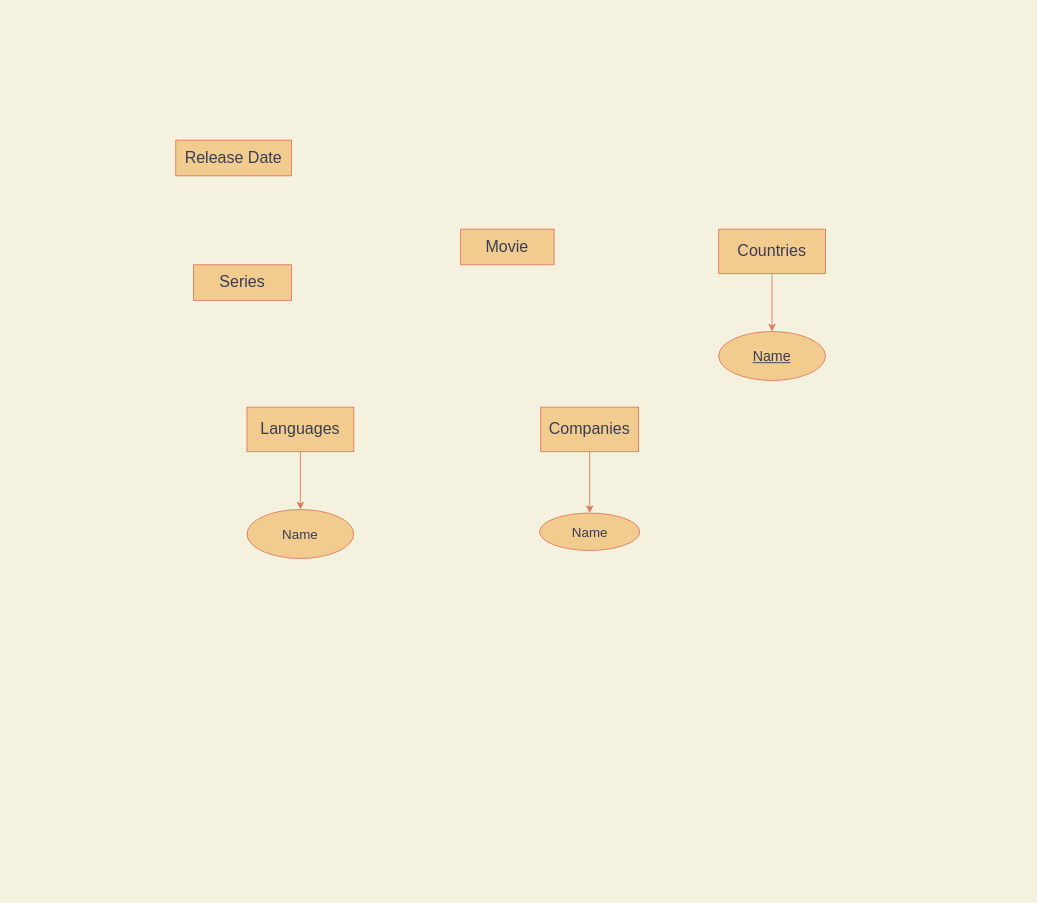
Before: Database Entity-relationship model.drawio in anniehuynh/Database-Entity-relationship-model, a draw.io diagram. Source tidied: cells renumbered, new cells numbered last; positions are measured from the earlier drawing's top-left corner, leaving out a move shared by most shapes. Both pictures are drawn from the tidied source at 89%, with x=0, y=0 at pixel (175, 140).
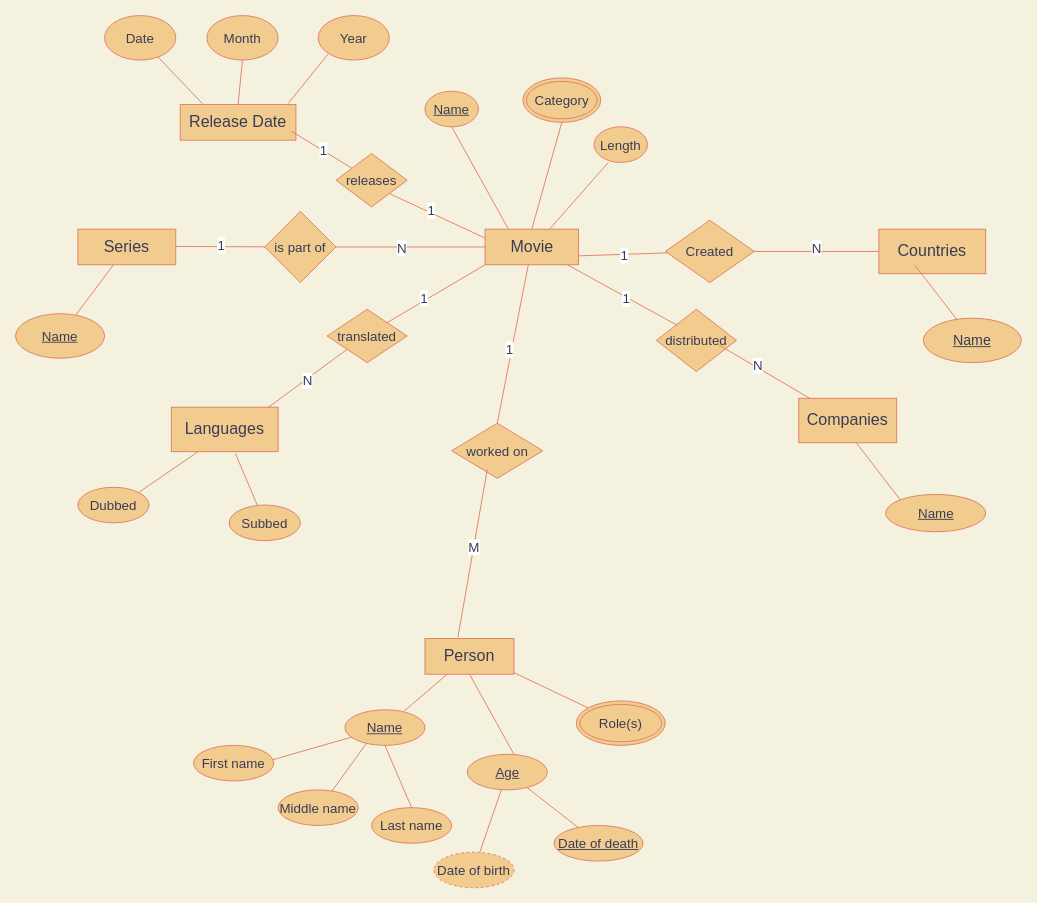
The same page after the edit.

What changed in the source:
```diff
@@
     <mxCell id="2" value="&lt;font style=&quot;font-size: 18px&quot;&gt;Movie&lt;/font&gt;" style="rounded=0;whiteSpace=wrap;html=1;fillColor=#F2CC8F;strokeColor=#E07A5F;fontColor=#393C56;" parent="1" vertex="1">
-      <mxGeometry x="320" y="100" width="105" height="40" as="geometry" />
+      <mxGeometry x="347.5" y="100" width="105" height="40" as="geometry" />
     </mxCell>
     <mxCell id="3" value="&lt;font style=&quot;font-size: 18px&quot;&gt;Release Date&lt;/font&gt;" style="rounded=0;whiteSpace=wrap;html=1;fillColor=#F2CC8F;strokeColor=#E07A5F;fontColor=#393C56;" parent="1" vertex="1">
-      <mxGeometry width="130" height="40" as="geometry" />
+      <mxGeometry x="5" y="-40" width="130" height="40" as="geometry" />
     </mxCell>
+    <mxCell id="14" style="edgeStyle=none;jettySize=auto;html=1;endArrow=none;fillColor=#a0522d;fontSize=15;fontColor=#393C56;strokeColor=#E07A5F;" parent="1" edge="1" source="4" target="15">
+      <mxGeometry relative="1" as="geometry" />
+    </mxCell>
     <mxCell id="4" value="&lt;font style=&quot;font-size: 18px&quot;&gt;Series&lt;/font&gt;" style="rounded=0;whiteSpace=wrap;html=1;fontSize=18;fillColor=#F2CC8F;strokeColor=#E07A5F;fontColor=#393C56;" parent="1" vertex="1">
-      <mxGeometry x="20" y="140" width="110" height="40" as="geometry" />
+      <mxGeometry x="-110" y="100" width="110" height="40" as="geometry" />
     </mxCell>
-    <mxCell id="5" style="edgeStyle=orthogonalEdgeStyle;curved=0;rounded=1;sketch=0;jettySize=auto;html=1;strokeColor=#E07A5F;fillColor=#F2CC8F;fontColor=#393C56;" parent="1" edge="1" source="6" target="13">
-      <mxGeometry relative="1" as="geometry" />
-    </mxCell>
     <mxCell id="6" value="&lt;font style=&quot;font-size: 18px&quot;&gt;Languages&lt;/font&gt;" style="rounded=0;whiteSpace=wrap;html=1;fillColor=#F2CC8F;strokeColor=#E07A5F;fontColor=#393C56;" parent="1" vertex="1">
-      <mxGeometry x="80" y="300" width="120" height="50" as="geometry" />
+      <mxGeometry x="-5" y="300" width="120" height="50" as="geometry" />
     </mxCell>
-    <mxCell id="7" style="edgeStyle=orthogonalEdgeStyle;curved=0;rounded=1;sketch=0;jettySize=auto;html=1;strokeColor=#E07A5F;fillColor=#F2CC8F;fontColor=#393C56;" parent="1" edge="1" source="8" target="12">
-      <mxGeometry relative="1" as="geometry" />
-    </mxCell>
     <mxCell id="8" value="&lt;font style=&quot;font-size: 18px&quot;&gt;Companies&lt;/font&gt;" style="rounded=0;whiteSpace=wrap;html=1;sketch=0;strokeColor=#E07A5F;fillColor=#F2CC8F;fontColor=#393C56;" parent="1" vertex="1">
-      <mxGeometry x="410" y="300" width="110" height="50" as="geometry" />
+      <mxGeometry x="700" y="290" width="110" height="50" as="geometry" />
     </mxCell>
-    <mxCell id="9" style="edgeStyle=orthogonalEdgeStyle;curved=0;rounded=1;sketch=0;jettySize=auto;html=1;strokeColor=#E07A5F;fillColor=#F2CC8F;fontColor=#393C56;" parent="1" edge="1" source="10" target="11">
-      <mxGeometry relative="1" as="geometry" />
-    </mxCell>
     <mxCell id="10" value="&lt;font style=&quot;font-size: 18px&quot;&gt;Countries&lt;/font&gt;" style="rounded=0;whiteSpace=wrap;html=1;sketch=0;strokeColor=#E07A5F;fillColor=#F2CC8F;fontColor=#393C56;" parent="1" vertex="1">
-      <mxGeometry x="610" y="100" width="120" height="50" as="geometry" />
+      <mxGeometry x="790" y="100" width="120" height="50" as="geometry" />
     </mxCell>
     <mxCell id="11" value="&lt;u&gt;&lt;font style=&quot;font-size: 16px&quot;&gt;Name&lt;/font&gt;&lt;/u&gt;" style="ellipse;whiteSpace=wrap;html=1;rounded=0;fontColor=#393C56;strokeColor=#E07A5F;fillColor=#F2CC8F;sketch=0;" parent="1" vertex="1">
-      <mxGeometry x="610" y="215" width="120" height="55" as="geometry" />
+      <mxGeometry x="840" y="200" width="110" height="50" as="geometry" />
     </mxCell>
-    <mxCell id="12" value="&lt;font style=&quot;font-size: 15px&quot;&gt;Name&lt;/font&gt;" style="ellipse;whiteSpace=wrap;html=1;rounded=0;fontColor=#393C56;strokeColor=#E07A5F;fillColor=#F2CC8F;sketch=0;" parent="1" vertex="1">
-      <mxGeometry x="408.8" y="419" width="112.5" height="42" as="geometry" />
+    <mxCell id="12" value="&lt;font style=&quot;font-size: 15px&quot;&gt;&lt;u&gt;Name&lt;/u&gt;&lt;/font&gt;" style="ellipse;whiteSpace=wrap;html=1;rounded=0;fontColor=#393C56;strokeColor=#E07A5F;fillColor=#F2CC8F;sketch=0;" parent="1" vertex="1">
+      <mxGeometry x="797.5" y="398" width="112.5" height="42" as="geometry" />
     </mxCell>
-    <mxCell id="13" value="Name" style="ellipse;whiteSpace=wrap;html=1;rounded=0;fontColor=#393C56;strokeColor=#E07A5F;fillColor=#F2CC8F;fontSize=15;" parent="1" vertex="1">
-      <mxGeometry x="80" y="415" width="120" height="55" as="geometry" />
+    <mxCell id="13" value="Dubbed" style="ellipse;whiteSpace=wrap;html=1;rounded=0;fontColor=#393C56;strokeColor=#E07A5F;fillColor=#F2CC8F;fontSize=15;" parent="1" vertex="1">
+      <mxGeometry x="-110" y="390" width="80" height="40" as="geometry" />
     </mxCell>
+    <mxCell id="15" value="&lt;font style=&quot;font-size: 15px&quot;&gt;&lt;u&gt;Name&lt;/u&gt;&lt;/font&gt;" style="ellipse;whiteSpace=wrap;html=1;rounded=0;fontSize=18;fontColor=#393C56;strokeColor=#E07A5F;fillColor=#F2CC8F;" parent="1" vertex="1">
+      <mxGeometry x="-180" y="195" width="100" height="50" as="geometry" />
+    </mxCell>
+    <mxCell id="16" value="Date" style="ellipse;whiteSpace=wrap;html=1;rounded=0;sketch=0;strokeColor=#E07A5F;fillColor=#F2CC8F;fontSize=15;fontColor=#393C56;" parent="1" vertex="1">
+      <mxGeometry x="-80" y="-140" width="80" height="50" as="geometry" />
+    </mxCell>
+    <mxCell id="17" value="Month" style="ellipse;whiteSpace=wrap;html=1;rounded=0;sketch=0;strokeColor=#E07A5F;fillColor=#F2CC8F;fontSize=15;fontColor=#393C56;" parent="1" vertex="1">
+      <mxGeometry x="35" y="-140" width="80" height="50" as="geometry" />
+    </mxCell>
+    <mxCell id="18" value="Year" style="ellipse;whiteSpace=wrap;html=1;rounded=0;sketch=0;strokeColor=#E07A5F;fillColor=#F2CC8F;fontSize=15;fontColor=#393C56;" parent="1" vertex="1">
+      <mxGeometry x="160" y="-140" width="80" height="50" as="geometry" />
+    </mxCell>
+    <mxCell id="19" style="endArrow=none;html=1;strokeColor=#E07A5F;fillColor=#a0522d;fontSize=15;fontColor=#393C56;exitX=0.192;exitY=-0.025;exitDx=0;exitDy=0;exitPerimeter=0;" parent="1" edge="1" source="3" target="16">
+      <mxGeometry relative="1" as="geometry" />
+    </mxCell>
+    <mxCell id="20" style="endArrow=none;html=1;strokeColor=#E07A5F;fillColor=#a0522d;fontSize=15;fontColor=#393C56;exitX=0.5;exitY=0;exitDx=0;exitDy=0;entryX=0.5;entryY=1;entryDx=0;entryDy=0;" parent="1" edge="1" source="3" target="17">
+      <mxGeometry relative="1" as="geometry" />
+    </mxCell>
+    <mxCell id="21" style="endArrow=none;html=1;strokeColor=#E07A5F;fillColor=#a0522d;fontSize=15;fontColor=#393C56;entryX=0;entryY=1;entryDx=0;entryDy=0;exitX=0.931;exitY=-0.025;exitDx=0;exitDy=0;exitPerimeter=0;" parent="1" edge="1" source="3" target="18">
+      <mxGeometry relative="1" as="geometry" />
+    </mxCell>
+    <mxCell id="22" value="&lt;u&gt;Name&lt;/u&gt;" style="ellipse;whiteSpace=wrap;html=1;rounded=0;sketch=0;strokeColor=#E07A5F;fillColor=#F2CC8F;fontSize=15;fontColor=#393C56;" parent="1" vertex="1">
+      <mxGeometry x="280" y="-55" width="60" height="40" as="geometry" />
+    </mxCell>
+    <mxCell id="23" value="Length" style="ellipse;whiteSpace=wrap;html=1;rounded=0;sketch=0;strokeColor=#E07A5F;fillColor=#F2CC8F;fontSize=15;fontColor=#393C56;" parent="1" vertex="1">
+      <mxGeometry x="470" y="-15" width="60" height="40" as="geometry" />
+    </mxCell>
+    <mxCell id="24" style="endArrow=none;html=1;strokeColor=#E07A5F;fillColor=#a0522d;fontSize=15;fontColor=#393C56;entryX=0.267;entryY=1;entryDx=0;entryDy=0;entryPerimeter=0;" parent="1" edge="1" target="23">
+      <mxGeometry relative="1" as="geometry">
+        <mxPoint x="420" y="100" as="sourcePoint" />
+      </mxGeometry>
+    </mxCell>
+    <mxCell id="25" style="endArrow=none;html=1;strokeColor=#E07A5F;fillColor=#a0522d;fontSize=15;fontColor=#393C56;exitX=0.5;exitY=0;exitDx=0;exitDy=0;entryX=0.5;entryY=1;entryDx=0;entryDy=0;" parent="1" edge="1" source="2" target="46">
+      <mxGeometry relative="1" as="geometry" />
+    </mxCell>
+    <mxCell id="26" style="endArrow=none;html=1;strokeColor=#E07A5F;fillColor=#a0522d;fontSize=15;fontColor=#393C56;exitX=0.5;exitY=1;exitDx=0;exitDy=0;entryX=0.25;entryY=0;entryDx=0;entryDy=0;" parent="1" edge="1" source="22" target="2">
+      <mxGeometry relative="1" as="geometry" />
+    </mxCell>
+    <mxCell id="27" style="endArrow=none;html=1;strokeColor=#E07A5F;fillColor=#a0522d;fontSize=15;fontColor=#393C56;exitX=1;exitY=0;exitDx=0;exitDy=0;entryX=0.25;entryY=1;entryDx=0;entryDy=0;" parent="1" edge="1" source="13" target="6">
+      <mxGeometry relative="1" as="geometry" />
+    </mxCell>
+    <mxCell id="7" style="endArrow=none;html=1;strokeColor=#E07A5F;fillColor=#a0522d;fontSize=15;fontColor=#393C56;entryX=0;entryY=0;entryDx=0;entryDy=0;exitX=0.582;exitY=0.984;exitDx=0;exitDy=0;exitPerimeter=0;" parent="1" edge="1" source="8" target="12">
+      <mxGeometry relative="1" as="geometry" />
+    </mxCell>
+    <mxCell id="28" style="endArrow=none;html=1;strokeColor=#E07A5F;fillColor=#a0522d;fontSize=15;fontColor=#393C56;exitX=0.347;exitY=0.042;exitDx=0;exitDy=0;exitPerimeter=0;" parent="1" edge="1" source="11">
+      <mxGeometry relative="1" as="geometry">
+        <mxPoint x="830" y="140" as="targetPoint" />
+      </mxGeometry>
+    </mxCell>
+    <mxCell id="29" value="&lt;font style=&quot;font-size: 18px&quot;&gt;Person&lt;/font&gt;" style="rounded=0;whiteSpace=wrap;html=1;sketch=0;strokeColor=#E07A5F;fillColor=#F2CC8F;fontSize=15;fontColor=#393C56;" parent="1" vertex="1">
+      <mxGeometry x="280" y="560" width="100" height="40" as="geometry" />
+    </mxCell>
+    <mxCell id="30" style="endArrow=none;html=1;strokeColor=#E07A5F;fillColor=#a0522d;fontSize=15;fontColor=#393C56;entryX=0.25;entryY=1;entryDx=0;entryDy=0;exitX=0.733;exitY=0.05;exitDx=0;exitDy=0;exitPerimeter=0;" parent="1" edge="1" source="31" target="29">
+      <mxGeometry relative="1" as="geometry" />
+    </mxCell>
+    <mxCell id="31" value="&lt;u&gt;Name&lt;/u&gt;" style="ellipse;whiteSpace=wrap;html=1;rounded=0;sketch=0;strokeColor=#E07A5F;fillColor=#F2CC8F;fontSize=15;fontColor=#393C56;" parent="1" vertex="1">
+      <mxGeometry x="190" y="640" width="90" height="40" as="geometry" />
+    </mxCell>
+    <mxCell id="32" style="endArrow=none;html=1;strokeColor=#E07A5F;fillColor=#a0522d;fontSize=15;fontColor=#393C56;entryX=0.5;entryY=1;entryDx=0;entryDy=0;exitX=0.589;exitY=0.025;exitDx=0;exitDy=0;exitPerimeter=0;" parent="1" edge="1" source="33" target="29">
+      <mxGeometry relative="1" as="geometry" />
+    </mxCell>
+    <mxCell id="33" value="&lt;u&gt;Age&lt;/u&gt;" style="ellipse;whiteSpace=wrap;html=1;rounded=0;sketch=0;strokeColor=#E07A5F;fillColor=#F2CC8F;fontSize=15;fontColor=#393C56;" parent="1" vertex="1">
+      <mxGeometry x="327.5" y="690" width="90" height="40" as="geometry" />
+    </mxCell>
+    <mxCell id="34" style="endArrow=none;html=1;strokeColor=#E07A5F;fillColor=#a0522d;fontSize=15;fontColor=#393C56;entryX=0.25;entryY=1;entryDx=0;entryDy=0;" parent="1" edge="1" source="41">
+      <mxGeometry relative="1" as="geometry">
+        <mxPoint x="380" y="598.3" as="targetPoint" />
+      </mxGeometry>
+    </mxCell>
+    <mxCell id="35" style="edgeStyle=none;jettySize=auto;html=1;endArrow=none;strokeColor=#E07A5F;fillColor=#a0522d;fontSize=15;fontColor=#393C56;" parent="1" edge="1" source="36" target="33">
+      <mxGeometry relative="1" as="geometry" />
+    </mxCell>
+    <mxCell id="36" value="Date of birth" style="ellipse;whiteSpace=wrap;html=1;rounded=0;sketch=0;strokeColor=#E07A5F;fillColor=#F2CC8F;fontSize=15;fontColor=#393C56;dashed=1;" parent="1" vertex="1">
+      <mxGeometry x="290" y="800" width="90" height="40" as="geometry" />
+    </mxCell>
+    <mxCell id="37" style="endArrow=none;html=1;strokeColor=#E07A5F;fillColor=#a0522d;fontSize=15;fontColor=#393C56;" parent="1" edge="1" source="38" target="33">
+      <mxGeometry relative="1" as="geometry" />
+    </mxCell>
+    <mxCell id="38" value="&lt;u&gt;Date of death&lt;/u&gt;" style="ellipse;whiteSpace=wrap;html=1;rounded=0;sketch=0;strokeColor=#E07A5F;fillColor=#F2CC8F;fontSize=15;fontColor=#393C56;" parent="1" vertex="1">
+      <mxGeometry x="425" y="770" width="100" height="40" as="geometry" />
+    </mxCell>
+    <mxCell id="39" style="endArrow=none;html=1;strokeColor=#E07A5F;fillColor=#a0522d;fontSize=15;fontColor=#393C56;" parent="1" edge="1" target="31">
+      <mxGeometry relative="1" as="geometry">
+        <mxPoint x="99" y="699" as="sourcePoint" />
+      </mxGeometry>
+    </mxCell>
+    <mxCell id="40" value="First name" style="ellipse;whiteSpace=wrap;html=1;rounded=0;sketch=0;strokeColor=#E07A5F;fillColor=#F2CC8F;fontSize=15;fontColor=#393C56;" parent="1" vertex="1">
+      <mxGeometry x="20" y="680" width="90" height="40" as="geometry" />
+    </mxCell>
+    <mxCell id="41" value="Role(s)" style="ellipse;shape=doubleEllipse;whiteSpace=wrap;html=1;rounded=0;sketch=0;strokeColor=#E07A5F;fillColor=#F2CC8F;fontSize=15;fontColor=#393C56;" parent="1" vertex="1">
+      <mxGeometry x="450" y="630" width="100" height="50" as="geometry" />
+    </mxCell>
+    <mxCell id="42" style="endArrow=none;html=1;strokeColor=#E07A5F;fillColor=#a0522d;fontSize=15;fontColor=#393C56;exitX=0.667;exitY=0.05;exitDx=0;exitDy=0;exitPerimeter=0;entryX=0.267;entryY=0.95;entryDx=0;entryDy=0;entryPerimeter=0;" parent="1" edge="1" source="43" target="31">
+      <mxGeometry relative="1" as="geometry" />
+    </mxCell>
+    <mxCell id="43" value="Middle name" style="ellipse;whiteSpace=wrap;html=1;rounded=0;sketch=0;strokeColor=#E07A5F;fillColor=#F2CC8F;fontSize=15;fontColor=#393C56;" parent="1" vertex="1">
+      <mxGeometry x="115" y="730" width="90" height="40" as="geometry" />
+    </mxCell>
+    <mxCell id="44" style="endArrow=none;html=1;strokeColor=#E07A5F;fillColor=#a0522d;fontSize=15;fontColor=#393C56;entryX=0.5;entryY=1;entryDx=0;entryDy=0;exitX=0.5;exitY=0;exitDx=0;exitDy=0;" parent="1" edge="1" source="45" target="31">
+      <mxGeometry relative="1" as="geometry" />
+    </mxCell>
+    <mxCell id="45" value="Last name" style="ellipse;whiteSpace=wrap;html=1;rounded=0;sketch=0;strokeColor=#E07A5F;fillColor=#F2CC8F;fontSize=15;fontColor=#393C56;" parent="1" vertex="1">
+      <mxGeometry x="220" y="750" width="90" height="40" as="geometry" />
+    </mxCell>
+    <mxCell id="46" value="&lt;span&gt;Category&lt;/span&gt;" style="ellipse;shape=doubleEllipse;whiteSpace=wrap;html=1;rounded=0;sketch=0;strokeColor=#E07A5F;fillColor=#F2CC8F;fontSize=15;fontColor=#393C56;" parent="1" vertex="1">
+      <mxGeometry x="390" y="-70" width="87.5" height="50" as="geometry" />
+    </mxCell>
+    <mxCell id="47" value="Subbed" style="ellipse;whiteSpace=wrap;html=1;rounded=0;fontColor=#393C56;strokeColor=#E07A5F;fillColor=#F2CC8F;fontSize=15;" parent="1" vertex="1">
+      <mxGeometry x="60" y="410" width="80" height="40" as="geometry" />
+    </mxCell>
+    <mxCell id="48" style="endArrow=none;html=1;strokeColor=#E07A5F;fillColor=#a0522d;fontSize=15;fontColor=#393C56;entryX=0.6;entryY=1.04;entryDx=0;entryDy=0;entryPerimeter=0;" parent="1" edge="1" source="47" target="6">
+      <mxGeometry relative="1" as="geometry" />
+    </mxCell>
+    <mxCell id="49" value="Created" style="rhombus;whiteSpace=wrap;html=1;rounded=0;sketch=0;strokeColor=#E07A5F;fillColor=#F2CC8F;fontSize=15;fontColor=#393C56;" parent="1" vertex="1">
+      <mxGeometry x="550" y="90" width="100" height="70" as="geometry" />
+    </mxCell>
+    <mxCell id="50" style="endArrow=none;html=1;strokeColor=#E07A5F;fillColor=#a0522d;fontSize=15;fontColor=#393C56;exitX=1;exitY=0.75;exitDx=0;exitDy=0;" parent="1" edge="1" source="2" target="49">
+      <mxGeometry relative="1" as="geometry" />
+    </mxCell>
+    <mxCell id="51" value="1" style="edgeLabel;html=1;align=center;verticalAlign=middle;fontSize=15;fontColor=#393C56;" parent="50" vertex="1">
+      <mxGeometry x="0.02" relative="1" as="geometry" />
+    </mxCell>
+    <mxCell id="52" style="endArrow=none;html=1;strokeColor=#E07A5F;fillColor=#a0522d;fontSize=15;fontColor=#393C56;exitX=1;exitY=0.5;exitDx=0;exitDy=0;" parent="1" edge="1" source="49" target="10">
+      <mxGeometry relative="1" as="geometry" />
+    </mxCell>
+    <mxCell id="53" value="N" style="edgeLabel;html=1;align=center;verticalAlign=middle;fontSize=15;fontColor=#393C56;" parent="52" vertex="1">
+      <mxGeometry x="-0.02" y="5" relative="1" as="geometry" />
+    </mxCell>
+    <mxCell id="54" value="translated" style="rhombus;whiteSpace=wrap;html=1;rounded=0;sketch=0;strokeColor=#E07A5F;fillColor=#F2CC8F;fontSize=15;fontColor=#393C56;" parent="1" vertex="1">
+      <mxGeometry x="170" y="190" width="90" height="60" as="geometry" />
+    </mxCell>
+    <mxCell id="55" style="endArrow=none;html=1;strokeColor=#E07A5F;fillColor=#a0522d;fontSize=15;fontColor=#393C56;entryX=0;entryY=1;entryDx=0;entryDy=0;exitX=0.899;exitY=0.019;exitDx=0;exitDy=0;exitPerimeter=0;" parent="1" edge="1" source="6" target="54">
+      <mxGeometry relative="1" as="geometry" />
+    </mxCell>
+    <mxCell id="56" value="N" style="edgeLabel;html=1;align=center;verticalAlign=middle;fontSize=15;fontColor=#393C56;" parent="55" vertex="1">
+      <mxGeometry x="-0.01" y="-1" relative="1" as="geometry" />
+    </mxCell>
+    <mxCell id="57" style="endArrow=none;html=1;strokeColor=#E07A5F;fillColor=#a0522d;fontSize=15;fontColor=#393C56;exitX=1;exitY=0;exitDx=0;exitDy=0;entryX=0;entryY=1;entryDx=0;entryDy=0;" parent="1" edge="1" source="54" target="2">
+      <mxGeometry relative="1" as="geometry" />
+    </mxCell>
+    <mxCell id="58" value="1" style="edgeLabel;html=1;align=center;verticalAlign=middle;fontSize=15;fontColor=#393C56;" parent="57" vertex="1">
+      <mxGeometry x="-0.22" y="4" relative="1" as="geometry" />
+    </mxCell>
+    <mxCell id="59" value="is part of" style="rhombus;whiteSpace=wrap;html=1;rounded=0;sketch=0;strokeColor=#E07A5F;fillColor=#F2CC8F;fontSize=15;fontColor=#393C56;" parent="1" vertex="1">
+      <mxGeometry x="100" y="80" width="80" height="80" as="geometry" />
+    </mxCell>
+    <mxCell id="60" style="endArrow=none;html=1;strokeColor=#E07A5F;fillColor=#a0522d;fontSize=15;fontColor=#393C56;" parent="1" edge="1" target="59">
+      <mxGeometry relative="1" as="geometry">
+        <mxPoint y="119.4" as="sourcePoint" />
+      </mxGeometry>
+    </mxCell>
+    <mxCell id="61" value="1" style="edgeLabel;html=1;align=center;verticalAlign=middle;fontSize=15;fontColor=#393C56;" parent="60" vertex="1">
+      <mxGeometry x="-0.03" y="2" relative="1" as="geometry">
+        <mxPoint x="1" as="offset" />
+      </mxGeometry>
+    </mxCell>
+    <mxCell id="62" style="endArrow=none;html=1;strokeColor=#E07A5F;fillColor=#a0522d;fontSize=15;fontColor=#393C56;entryX=0;entryY=0.5;entryDx=0;entryDy=0;exitX=1;exitY=0.5;exitDx=0;exitDy=0;" parent="1" edge="1" source="59" target="2">
+      <mxGeometry relative="1" as="geometry" />
+    </mxCell>
+    <mxCell id="63" value="N" style="edgeLabel;html=1;align=center;verticalAlign=middle;fontSize=15;fontColor=#393C56;" parent="62" vertex="1">
+      <mxGeometry x="-0.14" relative="1" as="geometry">
+        <mxPoint x="1" as="offset" />
+      </mxGeometry>
+    </mxCell>
+    <mxCell id="64" value="releases" style="rhombus;whiteSpace=wrap;html=1;rounded=0;sketch=0;strokeColor=#E07A5F;fillColor=#F2CC8F;fontSize=15;fontColor=#393C56;" parent="1" vertex="1">
+      <mxGeometry x="180" y="15" width="80" height="60" as="geometry" />
+    </mxCell>
+    <mxCell id="65" style="endArrow=none;html=1;strokeColor=#E07A5F;fillColor=#a0522d;fontSize=15;fontColor=#393C56;entryX=1;entryY=1;entryDx=0;entryDy=0;exitX=0;exitY=0.25;exitDx=0;exitDy=0;" parent="1" edge="1" source="2" target="64">
+      <mxGeometry relative="1" as="geometry" />
+    </mxCell>
+    <mxCell id="66" value="1" style="edgeLabel;html=1;align=center;verticalAlign=middle;fontSize=15;fontColor=#393C56;" parent="65" vertex="1">
+      <mxGeometry x="0.17" y="-3" relative="1" as="geometry" />
+    </mxCell>
+    <mxCell id="67" style="endArrow=none;html=1;strokeColor=#E07A5F;fillColor=#a0522d;fontSize=15;fontColor=#393C56;" parent="1" edge="1" source="64">
+      <mxGeometry relative="1" as="geometry">
+        <mxPoint x="130" y="-10" as="targetPoint" />
+      </mxGeometry>
+    </mxCell>
+    <mxCell id="68" value="1" style="edgeLabel;html=1;align=center;verticalAlign=middle;fontSize=15;fontColor=#393C56;" parent="67" vertex="1">
+      <mxGeometry x="-0.02" y="-1" relative="1" as="geometry" />
+    </mxCell>
+    <mxCell id="69" value="distributed" style="rhombus;whiteSpace=wrap;html=1;rounded=0;sketch=0;strokeColor=#E07A5F;fillColor=#F2CC8F;fontSize=15;fontColor=#393C56;" parent="1" vertex="1">
+      <mxGeometry x="540" y="190" width="90" height="70" as="geometry" />
+    </mxCell>
+    <mxCell id="70" style="endArrow=none;html=1;strokeColor=#E07A5F;fillColor=#a0522d;fontSize=15;fontColor=#393C56;exitX=0;exitY=0;exitDx=0;exitDy=0;" parent="1" edge="1" source="69">
+      <mxGeometry relative="1" as="geometry">
+        <mxPoint x="440" y="140" as="targetPoint" />
+      </mxGeometry>
+    </mxCell>
+    <mxCell id="71" value="1" style="edgeLabel;html=1;align=center;verticalAlign=middle;fontSize=15;fontColor=#393C56;" parent="70" vertex="1">
+      <mxGeometry x="-0.08" y="1" relative="1" as="geometry" />
+    </mxCell>
+    <mxCell id="72" style="endArrow=none;html=1;strokeColor=#E07A5F;fillColor=#a0522d;fontSize=15;fontColor=#393C56;" parent="1" edge="1" target="8">
+      <mxGeometry relative="1" as="geometry">
+        <mxPoint x="610" y="230" as="sourcePoint" />
+      </mxGeometry>
+    </mxCell>
+    <mxCell id="73" value="N" style="edgeLabel;html=1;align=center;verticalAlign=middle;fontSize=15;fontColor=#393C56;" parent="72" vertex="1">
+      <mxGeometry x="-0.18" y="3" relative="1" as="geometry" />
+    </mxCell>
+    <mxCell id="74" value="worked on" style="rhombus;whiteSpace=wrap;html=1;rounded=0;sketch=0;strokeColor=#E07A5F;fillColor=#F2CC8F;fontSize=15;fontColor=#393C56;" parent="1" vertex="1">
+      <mxGeometry x="310" y="318" width="102.5" height="62" as="geometry" />
+    </mxCell>
+    <mxCell id="75" style="endArrow=none;html=1;strokeColor=#E07A5F;fillColor=#a0522d;fontSize=15;fontColor=#393C56;exitX=0.37;exitY=-0.035;exitDx=0;exitDy=0;exitPerimeter=0;" parent="1" edge="1" source="29">
+      <mxGeometry relative="1" as="geometry">
+        <mxPoint x="350" y="370" as="targetPoint" />
+      </mxGeometry>
+    </mxCell>
+    <mxCell id="76" value="M" style="edgeLabel;html=1;align=center;verticalAlign=middle;fontSize=15;fontColor=#393C56;" parent="75" vertex="1">
+      <mxGeometry x="0.09" relative="1" as="geometry" />
+    </mxCell>
+    <mxCell id="77" style="endArrow=none;html=1;strokeColor=#E07A5F;fillColor=#a0522d;fontSize=15;fontColor=#393C56;exitX=0.5;exitY=0;exitDx=0;exitDy=0;" parent="1" edge="1" source="74" target="2">
+      <mxGeometry relative="1" as="geometry" />
+    </mxCell>
+    <mxCell id="78" value="1" style="edgeLabel;html=1;align=center;verticalAlign=middle;fontSize=15;fontColor=#393C56;" parent="77" vertex="1">
+      <mxGeometry x="-0.06" y="3" relative="1" as="geometry" />
+    </mxCell>
```
